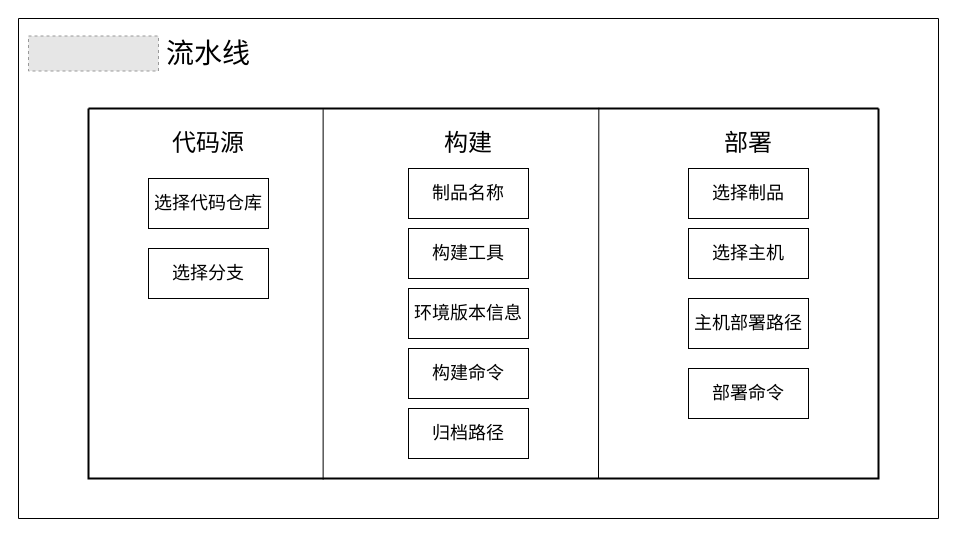
Earlier version of the draw.io diagram page "Gitness流水线" (16 of 17) of 发布中心.drawio (GorgeousU/draw.io). Source tidied: cells renumbered, new cells numbered last; positions are measured from the earlier drawing's top-left corner, leaving out a move shared by most shapes. Both pictures are drawn from the tidied source at 100%, with x=0, y=0 at pixel (18, 18). Pictures stored in the file or linked from it are replaced by grey dashed boxes.
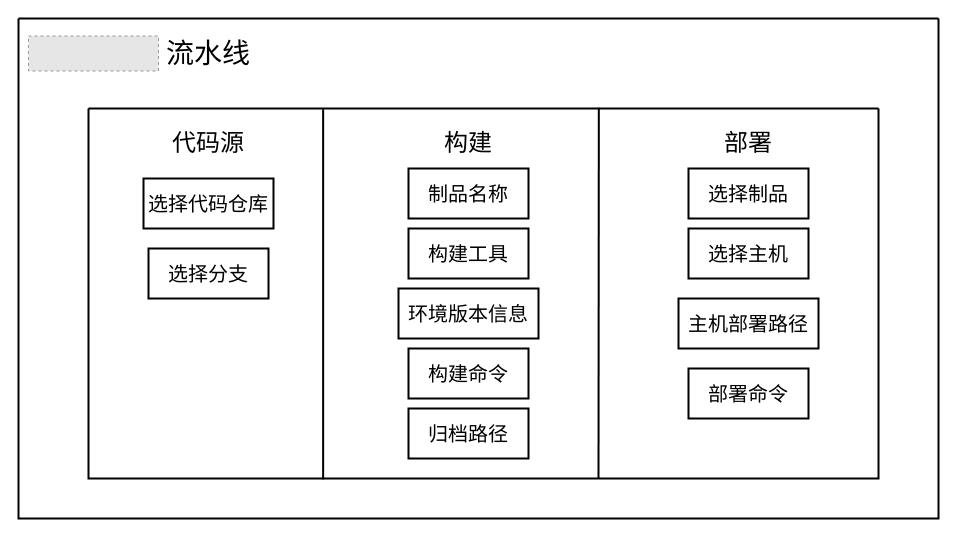
The same diagram, later.

The change refers to these unchanged cells:
```xml
<mxCell id="2" style="swimlane;startSize=0;strokeWidth=2;" parent="1" vertex="1">
  <mxGeometry x="70" y="90" width="790" height="370" as="geometry" />
</mxCell>
```

Diff of the diagram source:
```diff
@@
-    <mxCell id="3" value="&lt;font style=&quot;font-size: 24px;&quot;&gt;代码源&lt;/font&gt;" style="text;html=1;align=center;verticalAlign=middle;whiteSpace=wrap;rounded=0;" parent="2" vertex="1">
+    <mxCell id="3" value="&lt;font style=&quot;font-size: 24px;&quot;&gt;代码源&lt;/font&gt;" style="text;html=1;align=center;verticalAlign=middle;whiteSpace=wrap;rounded=0;strokeWidth=2;" parent="2" vertex="1">
       <mxGeometry x="80" y="20" width="80" height="30" as="geometry" />
     </mxCell>
-    <mxCell id="4" value="&lt;font style=&quot;font-size: 24px;&quot;&gt;构建&lt;/font&gt;" style="text;html=1;align=center;verticalAlign=middle;whiteSpace=wrap;rounded=0;" parent="2" vertex="1">
+    <mxCell id="4" value="&lt;font style=&quot;font-size: 24px;&quot;&gt;构建&lt;/font&gt;" style="text;html=1;align=center;verticalAlign=middle;whiteSpace=wrap;rounded=0;strokeWidth=2;" parent="2" vertex="1">
       <mxGeometry x="350" y="20" width="60" height="30" as="geometry" />
     </mxCell>
-    <mxCell id="5" value="&lt;font style=&quot;font-size: 24px;&quot;&gt;部署&lt;/font&gt;" style="text;html=1;align=center;verticalAlign=middle;whiteSpace=wrap;rounded=0;" parent="2" vertex="1">
+    <mxCell id="5" value="&lt;font style=&quot;font-size: 24px;&quot;&gt;部署&lt;/font&gt;" style="text;html=1;align=center;verticalAlign=middle;whiteSpace=wrap;rounded=0;strokeWidth=2;" parent="2" vertex="1">
       <mxGeometry x="630" y="20" width="60" height="30" as="geometry" />
     </mxCell>
-    <mxCell id="6" value="&lt;font style=&quot;font-size: 18px;&quot;&gt;选择代码仓库&lt;/font&gt;" style="rounded=0;whiteSpace=wrap;html=1;" parent="2" vertex="1">
-      <mxGeometry x="60" y="70" width="120" height="50" as="geometry" />
-    </mxCell>
-    <mxCell id="7" value="&lt;font style=&quot;font-size: 18px;&quot;&gt;选择分支&lt;/font&gt;" style="rounded=0;whiteSpace=wrap;html=1;" parent="2" vertex="1">
+    <mxCell id="7" value="&lt;font style=&quot;font-size: 20px;&quot;&gt;选择分支&lt;/font&gt;" style="rounded=0;whiteSpace=wrap;html=1;strokeWidth=2;" parent="2" vertex="1">
       <mxGeometry x="60" y="140" width="120" height="50" as="geometry" />
     </mxCell>
-    <mxCell id="8" value="&lt;span style=&quot;font-size: 18px;&quot;&gt;制品名称&lt;/span&gt;" style="rounded=0;whiteSpace=wrap;html=1;" parent="2" vertex="1">
+    <mxCell id="8" value="&lt;font style=&quot;font-size: 20px;&quot;&gt;制品名称&lt;/font&gt;" style="rounded=0;whiteSpace=wrap;html=1;strokeWidth=2;" parent="2" vertex="1">
       <mxGeometry x="320" y="60" width="120" height="50" as="geometry" />
     </mxCell>
-    <mxCell id="9" value="&lt;span style=&quot;font-size: 18px;&quot;&gt;构建工具&lt;/span&gt;" style="rounded=0;whiteSpace=wrap;html=1;" parent="2" vertex="1">
+    <mxCell id="9" value="&lt;font style=&quot;font-size: 20px;&quot;&gt;构建工具&lt;/font&gt;" style="rounded=0;whiteSpace=wrap;html=1;strokeWidth=2;" parent="2" vertex="1">
       <mxGeometry x="320" y="120" width="120" height="50" as="geometry" />
     </mxCell>
-    <mxCell id="10" value="&lt;span style=&quot;font-size: 18px;&quot;&gt;环境版本信息&lt;/span&gt;" style="rounded=0;whiteSpace=wrap;html=1;" parent="2" vertex="1">
-      <mxGeometry x="320" y="180" width="120" height="50" as="geometry" />
-    </mxCell>
-    <mxCell id="11" value="&lt;span style=&quot;font-size: 18px;&quot;&gt;构建命令&lt;/span&gt;" style="rounded=0;whiteSpace=wrap;html=1;" parent="2" vertex="1">
+    <mxCell id="11" value="&lt;font style=&quot;font-size: 20px;&quot;&gt;构建命令&lt;/font&gt;" style="rounded=0;whiteSpace=wrap;html=1;strokeWidth=2;" parent="2" vertex="1">
       <mxGeometry x="320" y="240" width="120" height="50" as="geometry" />
     </mxCell>
-    <mxCell id="12" value="&lt;span style=&quot;font-size: 18px;&quot;&gt;归档路径&lt;/span&gt;" style="rounded=0;whiteSpace=wrap;html=1;" parent="2" vertex="1">
+    <mxCell id="12" value="&lt;font style=&quot;font-size: 20px;&quot;&gt;归档路径&lt;/font&gt;" style="rounded=0;whiteSpace=wrap;html=1;strokeWidth=2;" parent="2" vertex="1">
       <mxGeometry x="320" y="300" width="120" height="50" as="geometry" />
     </mxCell>
-    <mxCell id="13" value="&lt;span style=&quot;font-size: 18px;&quot;&gt;选择制品&lt;/span&gt;" style="rounded=0;whiteSpace=wrap;html=1;" parent="2" vertex="1">
+    <mxCell id="13" value="&lt;font style=&quot;font-size: 20px;&quot;&gt;选择制品&lt;/font&gt;" style="rounded=0;whiteSpace=wrap;html=1;strokeWidth=2;" parent="2" vertex="1">
       <mxGeometry x="600" y="60" width="120" height="50" as="geometry" />
     </mxCell>
-    <mxCell id="14" value="&lt;span style=&quot;font-size: 18px;&quot;&gt;选择主机&lt;/span&gt;" style="rounded=0;whiteSpace=wrap;html=1;" parent="2" vertex="1">
+    <mxCell id="14" value="&lt;font style=&quot;font-size: 20px;&quot;&gt;选择主机&lt;/font&gt;" style="rounded=0;whiteSpace=wrap;html=1;strokeWidth=2;" parent="2" vertex="1">
       <mxGeometry x="600" y="120" width="120" height="50" as="geometry" />
     </mxCell>
-    <mxCell id="15" value="&lt;span style=&quot;font-size: 18px;&quot;&gt;主机部署路径&lt;/span&gt;" style="rounded=0;whiteSpace=wrap;html=1;" parent="2" vertex="1">
-      <mxGeometry x="600" y="190" width="120" height="50" as="geometry" />
+    <mxCell id="15" value="&lt;font style=&quot;font-size: 20px;&quot;&gt;主机部署路径&lt;/font&gt;" style="rounded=0;whiteSpace=wrap;html=1;strokeWidth=2;" parent="2" vertex="1">
+      <mxGeometry x="590" y="190" width="140" height="50" as="geometry" />
     </mxCell>
-    <mxCell id="16" value="&lt;span style=&quot;font-size: 18px;&quot;&gt;部署命令&lt;/span&gt;" style="rounded=0;whiteSpace=wrap;html=1;" parent="2" vertex="1">
+    <mxCell id="16" value="&lt;font style=&quot;font-size: 20px;&quot;&gt;部署命令&lt;/font&gt;" style="rounded=0;whiteSpace=wrap;html=1;strokeWidth=2;" parent="2" vertex="1">
       <mxGeometry x="600" y="260" width="120" height="50" as="geometry" />
     </mxCell>
-    <mxCell id="17" style="endArrow=none;html=1;rounded=0;entryX=0.297;entryY=0.002;entryDx=0;entryDy=0;exitX=0.297;exitY=1.003;exitDx=0;exitDy=0;entryPerimeter=0;exitPerimeter=0;" parent="1" edge="1" source="2" target="2">
+    <mxCell id="17" style="endArrow=none;html=1;rounded=0;entryX=0.297;entryY=0.002;entryDx=0;entryDy=0;exitX=0.297;exitY=1.003;exitDx=0;exitDy=0;entryPerimeter=0;exitPerimeter=0;strokeWidth=2;" parent="1" edge="1" source="2" target="2">
       <mxGeometry relative="1" as="geometry" />
     </mxCell>
-    <mxCell id="18" style="endArrow=none;html=1;rounded=0;entryX=0.646;entryY=-0.002;entryDx=0;entryDy=0;entryPerimeter=0;" parent="1" edge="1" target="2">
+    <mxCell id="18" style="endArrow=none;html=1;rounded=0;entryX=0.646;entryY=-0.002;entryDx=0;entryDy=0;entryPerimeter=0;strokeWidth=2;" parent="1" edge="1" target="2">
       <mxGeometry relative="1" as="geometry">
         <mxPoint x="580" y="460" as="sourcePoint" />
       </mxGeometry>
     </mxCell>
-    <mxCell id="19" style="swimlane;startSize=0;" parent="1" vertex="1">
+    <mxCell id="19" style="swimlane;startSize=0;strokeWidth=2;" parent="1" vertex="1">
       <mxGeometry width="920" height="500" as="geometry" />
     </mxCell>
-    <mxCell id="20" value="&lt;font style=&quot;font-size: 28px;&quot;&gt;流水线&lt;/font&gt;" style="text;html=1;align=center;verticalAlign=middle;whiteSpace=wrap;rounded=0;" parent="19" vertex="1">
+    <mxCell id="20" value="&lt;font style=&quot;font-size: 28px;&quot;&gt;流水线&lt;/font&gt;" style="text;html=1;align=center;verticalAlign=middle;whiteSpace=wrap;rounded=0;strokeWidth=2;" parent="19" vertex="1">
       <mxGeometry x="130" y="20" width="120" height="30" as="geometry" />
     </mxCell>
@@
+    <mxCell id="6" value="&lt;font style=&quot;font-size: 20px;&quot;&gt;选择代码仓库&lt;/font&gt;" style="rounded=0;whiteSpace=wrap;html=1;strokeWidth=2;" parent="19" vertex="1">
+      <mxGeometry x="125" y="160" width="130" height="50" as="geometry" />
+    </mxCell>
+    <mxCell id="10" value="&lt;font style=&quot;font-size: 20px;&quot;&gt;环境版本信息&lt;/font&gt;" style="rounded=0;whiteSpace=wrap;html=1;strokeWidth=2;" parent="19" vertex="1">
+      <mxGeometry x="380" y="270" width="140" height="50" as="geometry" />
+    </mxCell>
```
